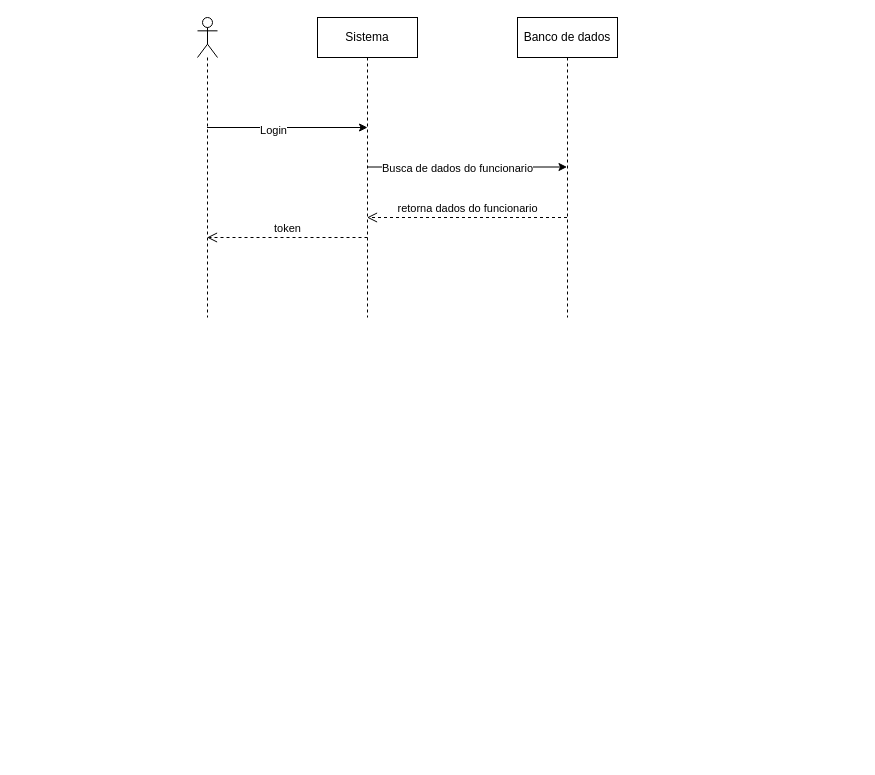
Before: page "LOGIN" (1 of 5) of diagramas/sequencias/login.drawio in antonysantos9/forja-sistema-escolar, a draw.io diagram. Source tidied: cells renumbered, new cells numbered last; positions are measured from the earlier drawing's top-left corner, leaving out a move shared by most shapes. Both pictures are drawn from the tidied source at 100%, with x=0, y=0 at pixel (197, 17).
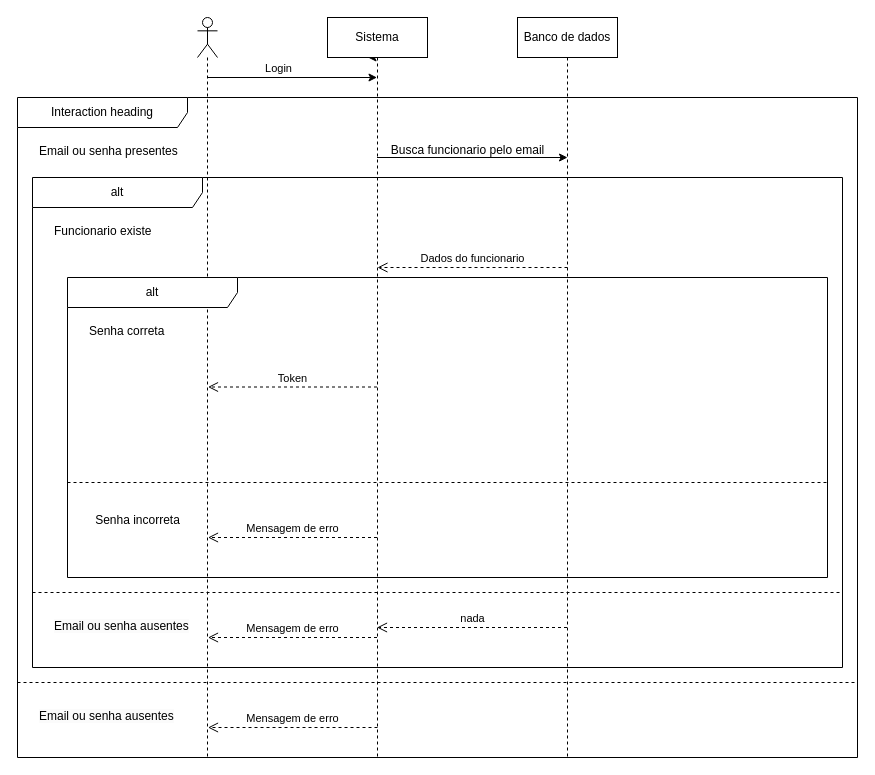
The same page after the edit.

Diff of the diagram source:
```diff
@@
-    <mxCell id="2" style="edgeStyle=none;html=1;curved=0;rounded=0;" parent="1" edge="1" source="4">
+    <mxCell id="2" style="edgeStyle=none;html=1;curved=0;rounded=0;" parent="1" edge="1" source="7">
       <mxGeometry relative="1" as="geometry">
-        <mxPoint x="170" y="110" as="targetPoint" />
+        <mxPoint x="170.5" y="40" as="targetPoint" />
       </mxGeometry>
     </mxCell>
+    <mxCell id="4" style="shape=umlLifeline;perimeter=lifelinePerimeter;whiteSpace=wrap;html=1;outlineConnect=0;portConstraint=eastwest;newEdgeStyle={&quot;curved&quot;:0,&quot;rounded&quot;:0};participant=umlActor;size=40;" parent="1" vertex="1">
+      <mxGeometry width="20" height="740" as="geometry" />
+    </mxCell>
+    <mxCell id="8" value="Banco de dados" style="shape=umlLifeline;perimeter=lifelinePerimeter;whiteSpace=wrap;html=1;newEdgeStyle={&quot;curved&quot;:0,&quot;rounded&quot;:0};" parent="1" vertex="1">
+      <mxGeometry x="320" width="100" height="740" as="geometry" />
+    </mxCell>
+    <mxCell id="11" value="Interaction heading" style="shape=umlFrame;whiteSpace=wrap;html=1;width=170;" parent="1" vertex="1">
+      <mxGeometry x="-180" y="80" width="840" height="660" as="geometry" />
+    </mxCell>
+    <mxCell id="12" value="Email ou senha presentes" style="text;html=1;" parent="11" vertex="1">
+      <mxGeometry width="100" height="20" relative="1" as="geometry">
+        <mxPoint x="20" y="40" as="offset" />
+      </mxGeometry>
+    </mxCell>
+    <mxCell id="13" value="&lt;span style=&quot;color: rgb(0, 0, 0); white-space: nowrap; background-color: rgb(251, 251, 251);&quot;&gt;Email ou senha ausentes&lt;/span&gt;" style="line;strokeWidth=1;dashed=1;labelPosition=center;verticalLabelPosition=bottom;align=left;verticalAlign=top;spacingLeft=20;spacingTop=15;html=1;whiteSpace=wrap;" parent="11" vertex="1">
+      <mxGeometry y="580" width="840" height="10" as="geometry" />
+    </mxCell>
+    <mxCell id="14" style="edgeStyle=none;html=1;curved=0;rounded=0;" parent="11" edge="1" source="7">
+      <mxGeometry relative="1" as="geometry">
+        <mxPoint x="550" y="60" as="targetPoint" />
+      </mxGeometry>
+    </mxCell>
+    <mxCell id="9" value="Mensagem de erro" style="html=1;verticalAlign=bottom;endArrow=open;dashed=1;endSize=8;curved=0;rounded=0;" parent="11" edge="1">
+      <mxGeometry relative="1" as="geometry">
+        <mxPoint x="360" y="630" as="sourcePoint" />
+        <mxPoint x="190.5" y="630" as="targetPoint" />
+        <Array as="points">
+          <mxPoint x="351" y="630" />
+        </Array>
+      </mxGeometry>
+    </mxCell>
+    <mxCell id="15" value="Busca funcionario pelo email&lt;div&gt;&lt;br&gt;&lt;/div&gt;" style="text;html=1;align=center;verticalAlign=middle;strokeColor=none;fillColor=none;" parent="11" vertex="1">
+      <mxGeometry x="360" y="40" width="180" height="40" as="geometry" />
+    </mxCell>
+    <mxCell id="16" value="alt" style="shape=umlFrame;whiteSpace=wrap;html=1;width=170;" parent="11" vertex="1">
+      <mxGeometry x="15" y="80" width="810" height="490" as="geometry" />
+    </mxCell>
+    <mxCell id="17" value="Funcionario existe" style="text;html=1;" parent="16" vertex="1">
+      <mxGeometry width="100" height="20" relative="1" as="geometry">
+        <mxPoint x="20" y="40" as="offset" />
+      </mxGeometry>
+    </mxCell>
+    <mxCell id="18" value="&lt;span style=&quot;color: rgb(0, 0, 0); white-space: nowrap; background-color: rgb(251, 251, 251);&quot;&gt;Email ou senha ausentes&lt;/span&gt;" style="line;strokeWidth=1;dashed=1;labelPosition=center;verticalLabelPosition=bottom;align=left;verticalAlign=top;spacingLeft=20;spacingTop=15;html=1;whiteSpace=wrap;" parent="16" vertex="1">
+      <mxGeometry y="410" width="810" height="10" as="geometry" />
+    </mxCell>
+    <mxCell id="19" value="&lt;span style=&quot;color: rgb(0, 0, 0);&quot;&gt;Mensagem de erro&lt;/span&gt;" style="html=1;verticalAlign=bottom;endArrow=open;dashed=1;endSize=8;curved=0;rounded=0;" parent="16" edge="1">
+      <mxGeometry relative="1" as="geometry">
+        <mxPoint x="344.5" y="460" as="sourcePoint" />
+        <mxPoint x="175.5" y="460" as="targetPoint" />
+        <Array as="points">
+          <mxPoint x="205.5" y="460" />
+        </Array>
+      </mxGeometry>
+    </mxCell>
+    <mxCell id="20" value="Dados do funcionario" style="html=1;verticalAlign=bottom;endArrow=open;dashed=1;endSize=8;curved=0;rounded=0;exitX=0.5;exitY=0.741;exitDx=0;exitDy=0;exitPerimeter=0;" parent="16" edge="1">
+      <mxGeometry relative="1" as="geometry">
+        <mxPoint x="535" y="90" as="sourcePoint" />
+        <mxPoint x="345" y="90" as="targetPoint" />
+        <Array as="points">
+          <mxPoint x="515.5" y="90" />
+          <mxPoint x="375" y="90" />
+        </Array>
+      </mxGeometry>
+    </mxCell>
+    <mxCell id="21" value="nada" style="html=1;verticalAlign=bottom;endArrow=open;dashed=1;endSize=8;curved=0;rounded=0;" parent="16" edge="1">
+      <mxGeometry relative="1" as="geometry">
+        <mxPoint x="534.5" y="450" as="sourcePoint" />
+        <mxPoint x="344.5" y="450" as="targetPoint" />
+        <Array as="points">
+          <mxPoint x="515.5" y="450" />
+          <mxPoint x="375" y="450" />
+        </Array>
+      </mxGeometry>
+    </mxCell>
+    <mxCell id="22" value="alt" style="shape=umlFrame;whiteSpace=wrap;html=1;width=170;" parent="16" vertex="1">
+      <mxGeometry x="35" y="100" width="760" height="300" as="geometry" />
+    </mxCell>
+    <mxCell id="23" value="Senha correta" style="text;html=1;" parent="22" vertex="1">
+      <mxGeometry width="100" height="20" relative="1" as="geometry">
+        <mxPoint x="20" y="40" as="offset" />
+      </mxGeometry>
+    </mxCell>
+    <mxCell id="24" style="line;strokeWidth=1;dashed=1;labelPosition=center;verticalLabelPosition=bottom;align=left;verticalAlign=top;spacingLeft=20;spacingTop=15;html=1;whiteSpace=wrap;" parent="22" vertex="1">
+      <mxGeometry y="200" width="760" height="10" as="geometry" />
+    </mxCell>
+    <mxCell id="25" value="&lt;span style=&quot;color: rgb(0, 0, 0); text-align: left;&quot;&gt;Senha incorreta&lt;/span&gt;" style="text;html=1;align=center;verticalAlign=middle;strokeColor=none;fillColor=none;" parent="22" vertex="1">
+      <mxGeometry x="15" y="228" width="110" height="30" as="geometry" />
+    </mxCell>
+    <mxCell id="26" style="edgeStyle=none;html=1;curved=0;rounded=0;" parent="1" edge="1">
+      <mxGeometry relative="1" as="geometry">
+        <mxPoint x="10" y="60" as="sourcePoint" />
+        <mxPoint x="179.5" y="60" as="targetPoint" />
+      </mxGeometry>
+    </mxCell>
-    <mxCell id="3" value="Login" style="edgeLabel;html=1;align=center;verticalAlign=middle;" parent="2" vertex="1">
+    <mxCell id="3" value="Login" style="edgeLabel;html=1;align=center;verticalAlign=middle;" parent="26" vertex="1">
       <mxGeometry x="-0.19" y="-2" relative="1" as="geometry">
-        <mxPoint x="1" as="offset" />
+        <mxPoint x="1" y="-12" as="offset" />
       </mxGeometry>
     </mxCell>
-    <mxCell id="4" style="shape=umlLifeline;perimeter=lifelinePerimeter;whiteSpace=wrap;html=1;outlineConnect=0;portConstraint=eastwest;newEdgeStyle={&quot;curved&quot;:0,&quot;rounded&quot;:0};participant=umlActor;size=40;" parent="1" vertex="1">
-      <mxGeometry width="20" height="300" as="geometry" />
-    </mxCell>
-    <mxCell id="5" style="edgeStyle=none;html=1;curved=0;rounded=0;" parent="1" edge="1">
-      <mxGeometry relative="1" as="geometry">
-        <mxPoint x="169.5" y="149.5" as="sourcePoint" />
-        <mxPoint x="369.5" y="149.5" as="targetPoint" />
-      </mxGeometry>
-    </mxCell>
-    <mxCell id="6" value="Busca de dados do funcionario" style="edgeLabel;html=1;align=center;verticalAlign=middle;" parent="5" vertex="1">
-      <mxGeometry x="-0.1" relative="1" as="geometry">
-        <mxPoint y="1" as="offset" />
-      </mxGeometry>
-    </mxCell>
     <mxCell id="7" value="Sistema" style="shape=umlLifeline;perimeter=lifelinePerimeter;whiteSpace=wrap;html=1;outlineConnect=0;portConstraint=eastwest;newEdgeStyle={&quot;curved&quot;:0,&quot;rounded&quot;:0};" parent="1" vertex="1">
-      <mxGeometry x="120" width="100" height="300" as="geometry" />
+      <mxGeometry x="130" width="100" height="740" as="geometry" />
     </mxCell>
-    <mxCell id="8" value="Banco de dados" style="shape=umlLifeline;perimeter=lifelinePerimeter;whiteSpace=wrap;html=1;newEdgeStyle={&quot;curved&quot;:0,&quot;rounded&quot;:0};" parent="1" vertex="1">
-      <mxGeometry x="320" width="100" height="300" as="geometry" />
-    </mxCell>
-    <mxCell id="9" value="retorna dados do funcionario" style="html=1;verticalAlign=bottom;endArrow=open;dashed=1;endSize=8;curved=0;rounded=0;" parent="1" edge="1">
-      <mxGeometry relative="1" as="geometry">
-        <mxPoint x="369.5" y="200" as="sourcePoint" />
-        <mxPoint x="169.5" y="200" as="targetPoint" />
-        <Array as="points">
-          <mxPoint x="330" y="200" />
-          <mxPoint x="280" y="200" />
-        </Array>
-      </mxGeometry>
-    </mxCell>
-    <mxCell id="10" value="token" style="html=1;verticalAlign=bottom;endArrow=open;dashed=1;endSize=8;curved=0;rounded=0;" parent="1" edge="1" target="4">
-      <mxGeometry relative="1" as="geometry">
-        <mxPoint x="170" y="220" as="sourcePoint" />
-      </mxGeometry>
-    </mxCell>
+    <mxCell id="27" value="&lt;span style=&quot;color: rgb(0, 0, 0);&quot;&gt;Mensagem de erro&lt;/span&gt;" style="html=1;verticalAlign=bottom;endArrow=open;dashed=1;endSize=8;curved=0;rounded=0;" parent="1" edge="1">
+      <mxGeometry relative="1" as="geometry">
+        <mxPoint x="179.5" y="520" as="sourcePoint" />
+        <mxPoint x="10.5" y="520" as="targetPoint" />
+        <Array as="points">
+          <mxPoint x="40.5" y="520" />
+        </Array>
+      </mxGeometry>
+    </mxCell>
+    <mxCell id="28" value="&lt;span style=&quot;color: rgb(0, 0, 0);&quot;&gt;Token&lt;/span&gt;" style="html=1;verticalAlign=bottom;endArrow=open;dashed=1;endSize=8;curved=0;rounded=0;" parent="1" edge="1">
+      <mxGeometry relative="1" as="geometry">
+        <mxPoint x="179.5" y="369.5" as="sourcePoint" />
+        <mxPoint x="10.5" y="369.5" as="targetPoint" />
+        <Array as="points">
+          <mxPoint x="40.5" y="369.5" />
+        </Array>
+      </mxGeometry>
+    </mxCell>
```
